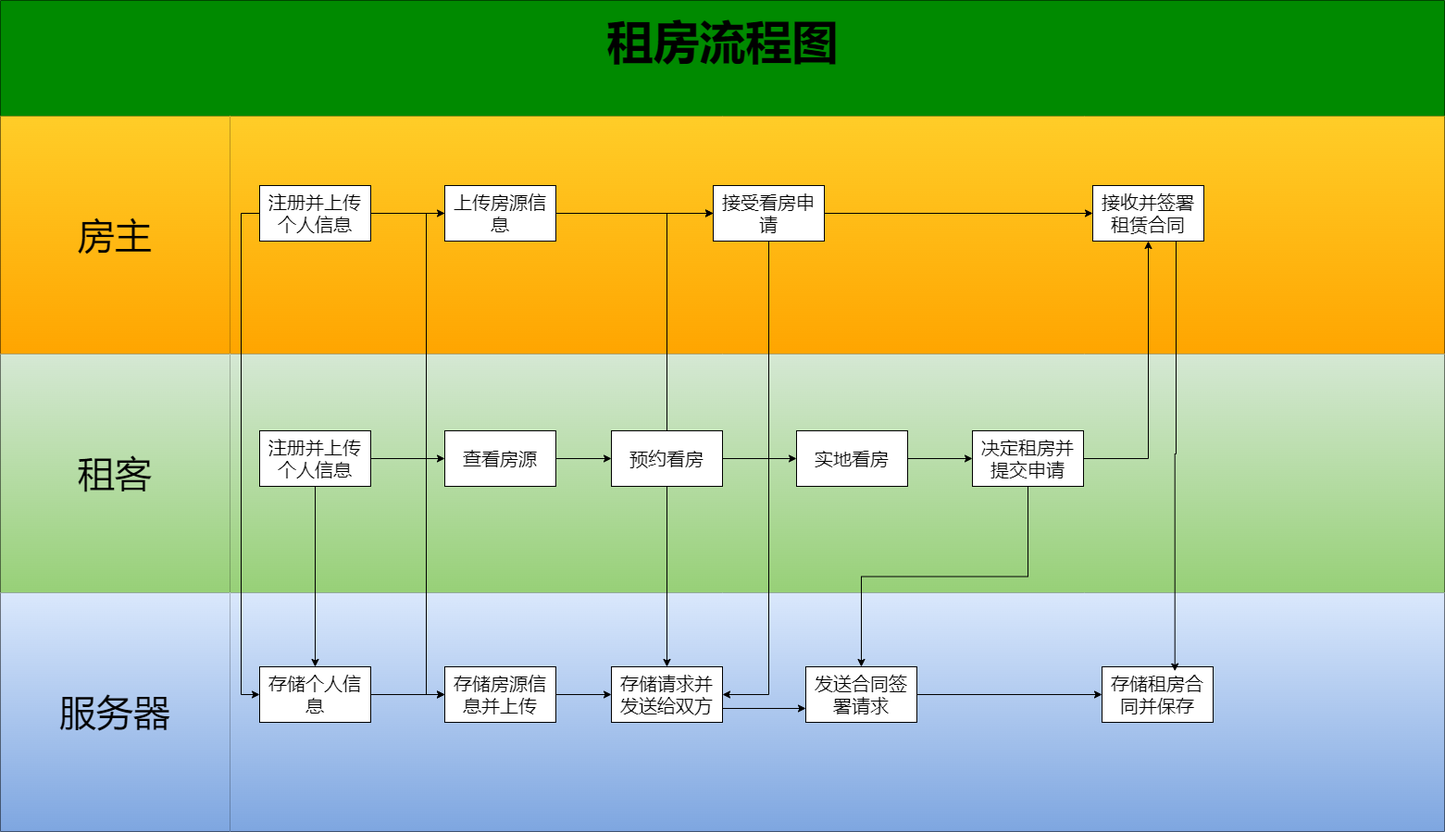
The draw.io diagram Plans/租房流程图.png in 1228785484/RentHouseThing, before a commit. Source tidied: cells renumbered, new cells last; positions are measured from the earlier drawing's top-left corner, leaving out a move shared by most shapes.
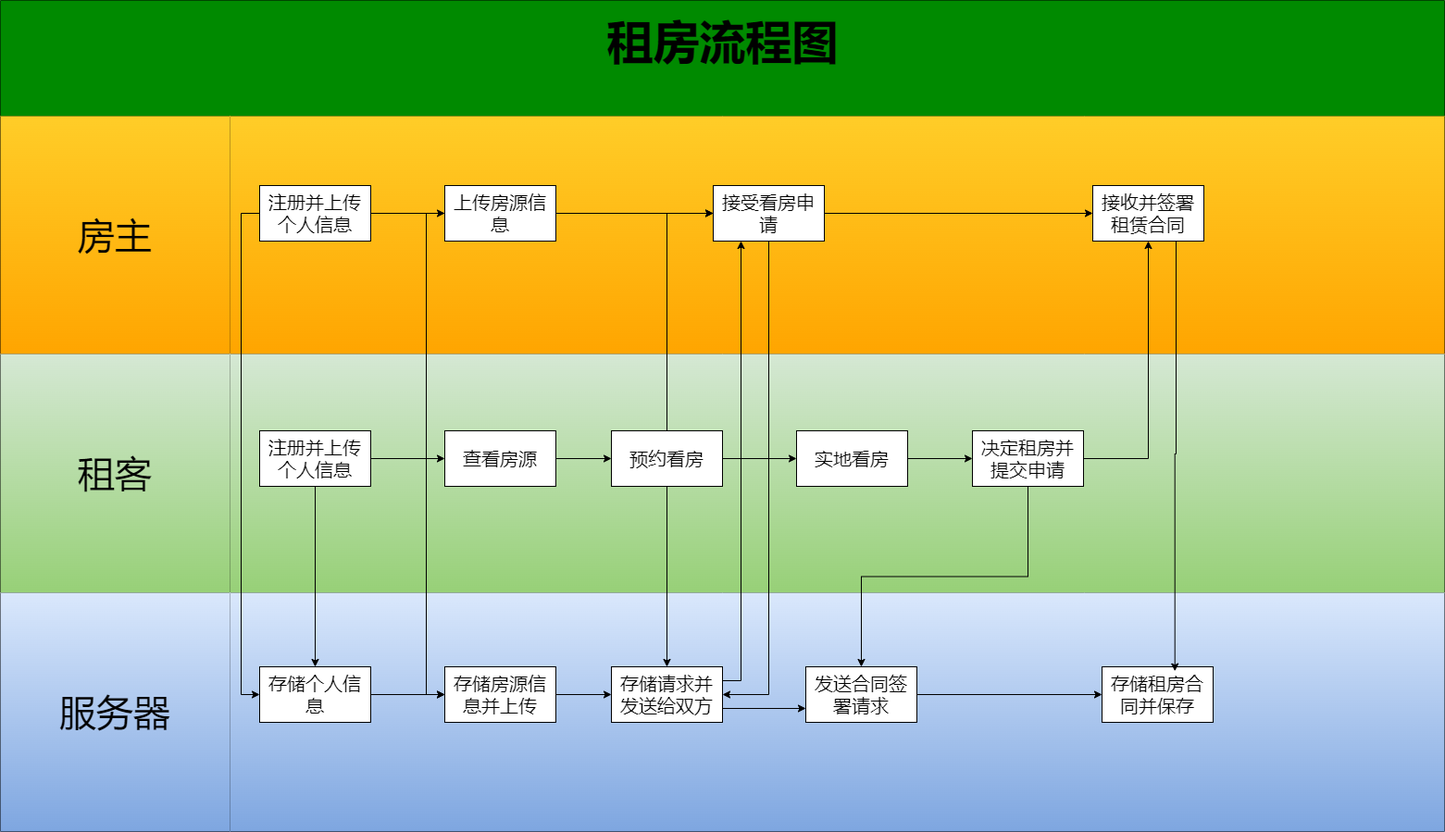
After the commit.

Commit message:
更新租房流程图.png

What changed in the source:
```diff
@@ -104,6 +104,9 @@
     <mxCell id="35" style="edgeStyle=orthogonalEdgeStyle;rounded=0;jettySize=auto;html=1;exitX=1;exitY=0.75;exitDx=0;exitDy=0;entryX=0;entryY=0.75;entryDx=0;entryDy=0;" parent="1" edge="1" source="36" target="39">
       <mxGeometry relative="1" as="geometry" />
     </mxCell>
+    <mxCell id="49" style="edgeStyle=orthogonalEdgeStyle;rounded=0;jettySize=auto;html=1;exitX=1;exitY=0.25;exitDx=0;exitDy=0;entryX=0.25;entryY=1;entryDx=0;entryDy=0;" parent="1" edge="1" source="36" target="23">
+      <mxGeometry relative="1" as="geometry" />
+    </mxCell>
     <mxCell id="36" value="&lt;span style=&quot;font-size: 20px;&quot;&gt;存储请求并发送给双方&lt;/span&gt;" style="rounded=0;whiteSpace=wrap;html=1;" parent="1" vertex="1">
       <mxGeometry x="660" y="720" width="120" height="60" as="geometry" />
     </mxCell>
```
